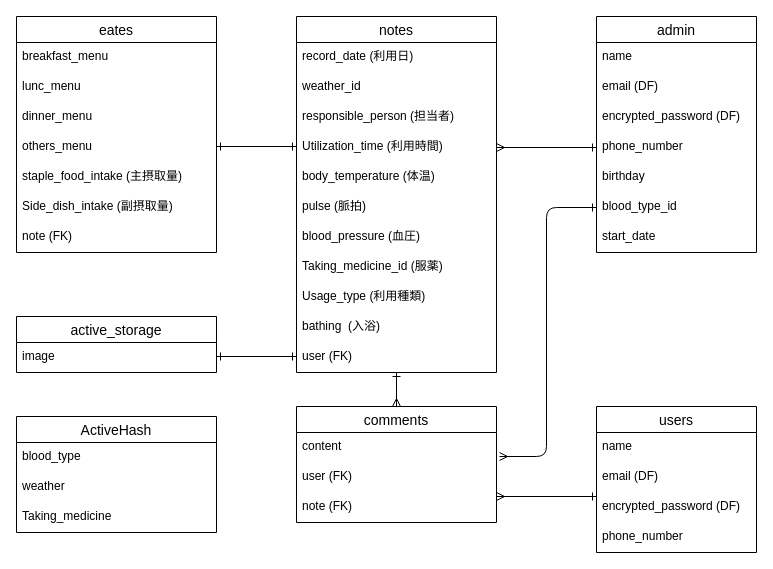
Earlier version of the draw.io diagram ohana.dio (NRM129/ohana). Source tidied: cells renumbered, new cells numbered last; positions are measured from the earlier drawing's top-left corner, leaving out a move shared by most shapes. Both pictures are drawn from the tidied source at 100%, with x=0, y=0 at pixel (16, 16).
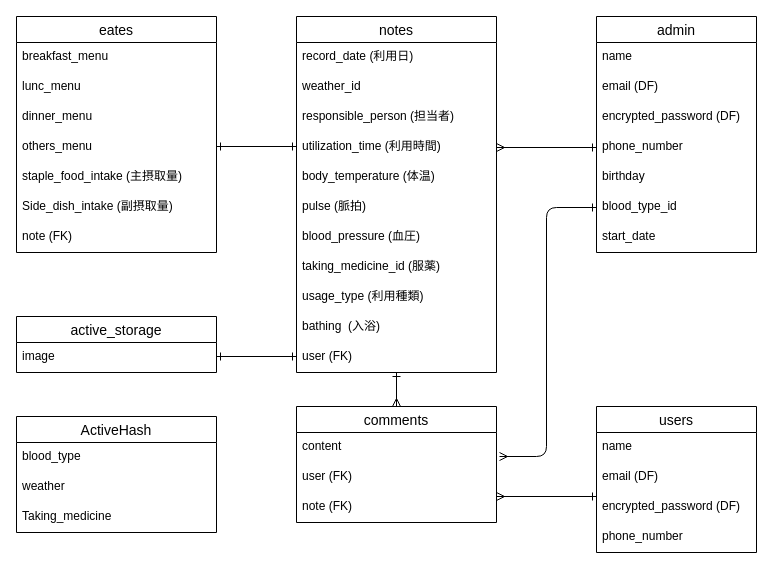
The same page after the edit.

Unchanged cells that the change refers to:
```xml
<mxCell id="10" value="notes" style="swimlane;fontStyle=0;horizontal=1;startSize=26;align=center;fontSize=14;" parent="1" vertex="1">
  <mxGeometry x="280" width="200" height="356" as="geometry" />
</mxCell>
```

The edit, as a diff of the source:
```diff
@@
-    <mxCell id="14" value="Utilization_time (利用時間)" style="text;strokeColor=none;fillColor=none;spacingLeft=4;spacingRight=4;overflow=hidden;points=[[0,0.5],[1,0.5]];portConstraint=eastwest;fontSize=12;" parent="10" vertex="1">
+    <mxCell id="14" value="utilization_time (利用時間)" style="text;strokeColor=none;fillColor=none;spacingLeft=4;spacingRight=4;overflow=hidden;points=[[0,0.5],[1,0.5]];portConstraint=eastwest;fontSize=12;" parent="10" vertex="1">
       <mxGeometry y="116" width="200" height="30" as="geometry" />
     </mxCell>
@@
-    <mxCell id="18" value="Taking_medicine_id (服薬)" style="text;strokeColor=none;fillColor=none;spacingLeft=4;spacingRight=4;overflow=hidden;fontSize=12;" parent="10" vertex="1">
+    <mxCell id="18" value="taking_medicine_id (服薬)" style="text;strokeColor=none;fillColor=none;spacingLeft=4;spacingRight=4;overflow=hidden;fontSize=12;" parent="10" vertex="1">
       <mxGeometry y="236" width="200" height="30" as="geometry" />
     </mxCell>
-    <mxCell id="19" value="Usage_type (利用種類)" style="text;strokeColor=none;fillColor=none;spacingLeft=4;spacingRight=4;overflow=hidden;fontSize=12;" parent="10" vertex="1">
+    <mxCell id="19" value="usage_type (利用種類)" style="text;strokeColor=none;fillColor=none;spacingLeft=4;spacingRight=4;overflow=hidden;fontSize=12;" parent="10" vertex="1">
       <mxGeometry y="266" width="200" height="30" as="geometry" />
     </mxCell>
```
